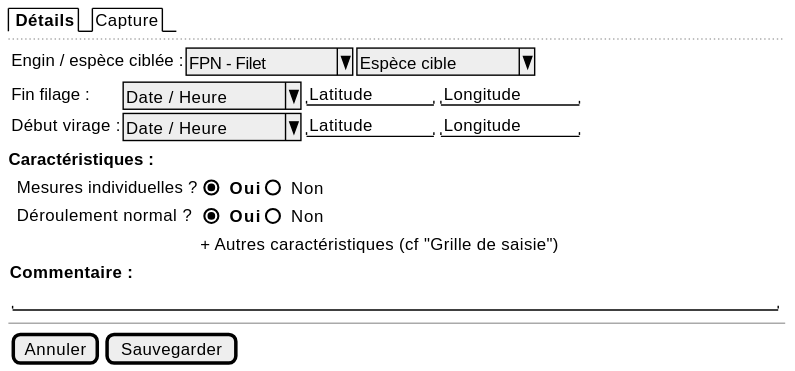
Earlier version of the PlantUML export projects/obsmer/spe/images/operation-net.svg (sumaris-net/sumaris-doc). Its source is kept beside it as projects/obsmer/spe/images/operation-net.puml.
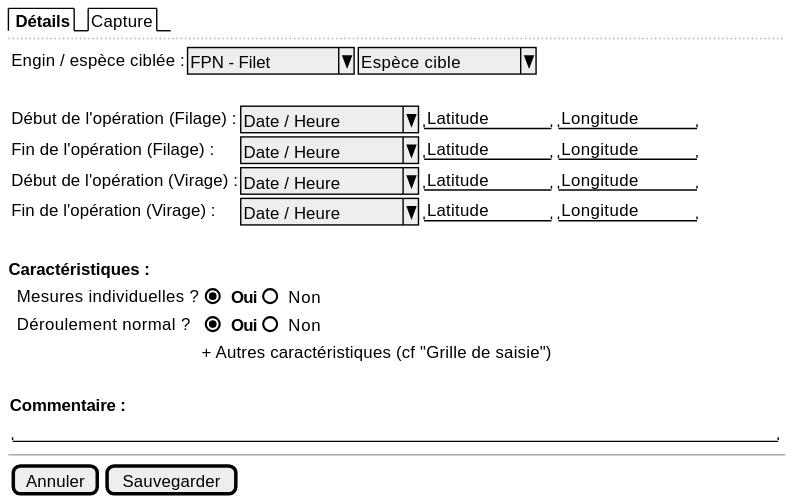
Later version of the same file.

Diff of the diagram source:
```diff
@@ -6,13 +6,15 @@
 
     {
       { Engin / espèce ciblée : | ^ FPN - Filet ^ | ^ Espèce cible ^ }
-
+       .
       {
-        Fin filage : | ^ Date / Heure ^ | "Latitude   " | "Longitude   "
-        Début virage :   | ^ Date / Heure ^ | "Latitude   " | "Longitude   "
+        Début de l'opération (Filage) : | ^ Date / Heure ^ | "Latitude   " | "Longitude   "
+        Fin de l'opération (Filage) :   | ^ Date / Heure ^ | "Latitude   " | "Longitude   "
+        Début de l'opération (Virage) : | ^ Date / Heure ^ | "Latitude   " | "Longitude   "
+        Fin de l'opération (Virage) :   | ^ Date / Heure ^ | "Latitude   " | "Longitude   "
       }
     }
-
+    .
     <b>Caractéristiques :
 
     {
@@ -20,7 +22,7 @@
       . | Déroulement normal ? { (X) <b>Oui | () Non }
       . | . | + Autres caractéristiques (cf "Grille de saisie")
     }
-
+    .
     {
         <b>Commentaire :
 
```
